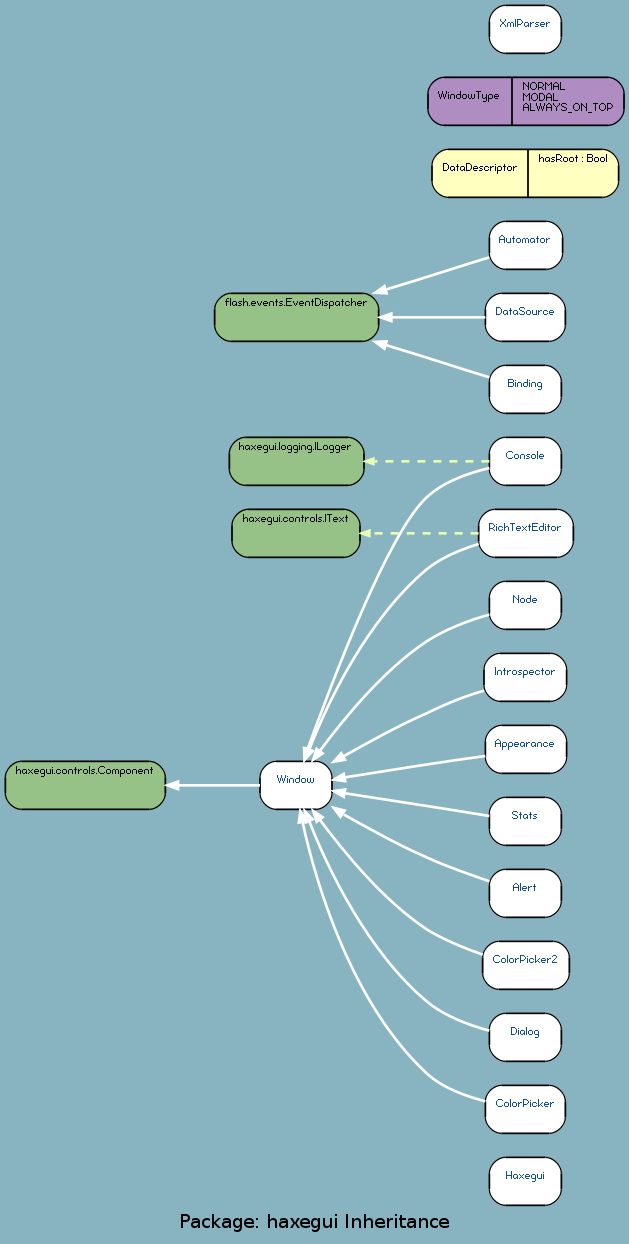
Earlier version of the Graphviz export docs/uml/haxegui_I.png (google-code-export/haxegui). Its source is kept beside it as docs/uml/haxegui_I.dot.
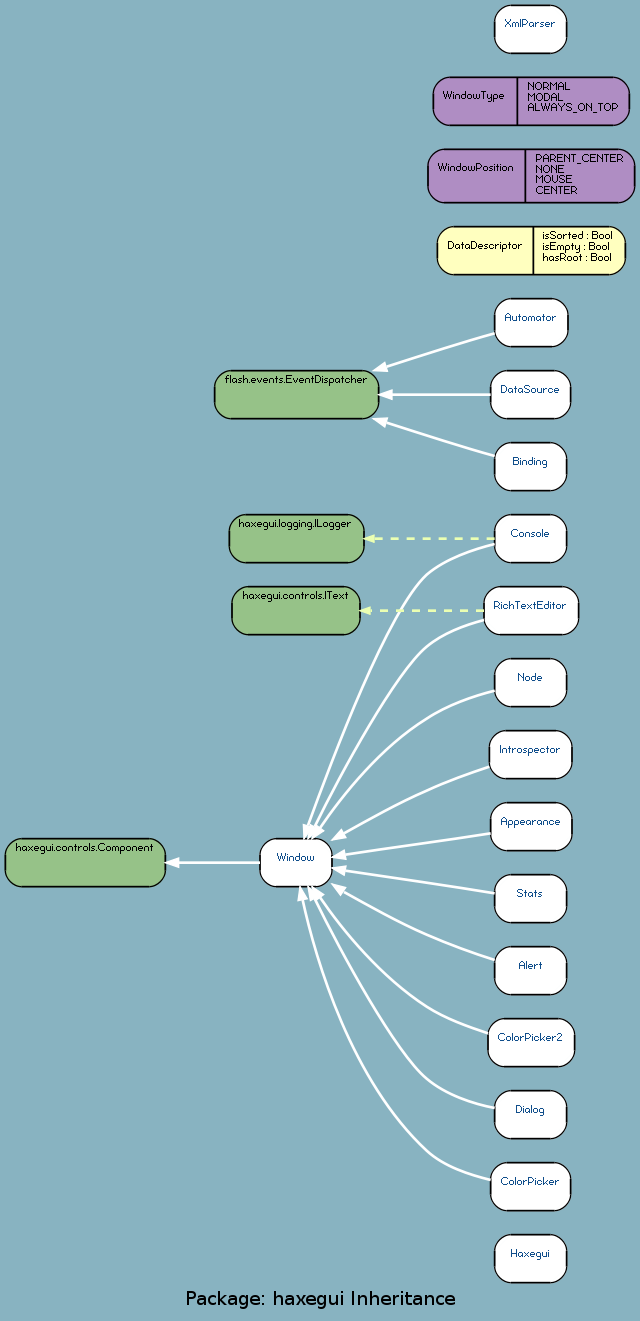
Later version of the same file.

Diff of the diagram source:
```diff
@@ -2,44 +2,45 @@
 	graph [label="Package: haxegui Inheritance", ratio=compress, rankdir=RL, smoothing=avg_dist, overlap=compress, packMode="graph", labelloc=c, fontname="DejaVu Sans Condenesed", fontsize=14, bgcolor="#88B3C1", fontcolor=black];
 	node [label="\N", style="rounded,filled", fillcolor="#96c288", fontcolor="#104E8B", fontname="FFF Harmony", fontsize=6, shape=record, color=black];
 	edge [fontname=Sans, fontsize=8, minlen="1.2", color=black, fontcolor=black];
-	graph [lp="232,12",
-		bb="0,0,464,925"];
-	"haxegui.Haxegui" [label="{\nHaxegui}", fillcolor=white, URL="../types/haxegui/Haxegui.html", tooltip="\nHaxegui", portPos=w, pos="390,43", rects="363,25,417,61", width="0.75", height="0.50"];
+	graph [lp="236,12",
+		bb="0,0,472,983"];
+	"haxegui.Haxegui" [label="{\nHaxegui}", fillcolor=white, URL="../types/haxegui/Haxegui.html", tooltip="\nHaxegui", portPos=w, pos="394,43", rects="367,25,421,61", width="0.75", height="0.50"];
 	"haxegui.Window" [label="{\nWindow}", fillcolor=white, URL="../types/haxegui/Window.html", tooltip="\nWindow", portPos=w, pos="218,340", rects="191,322,245,358", width="0.75", height="0.50"];
 	"haxegui.controls.Component" [fontcolor=black, pos="60,340", rects="0,322,120,358", width="1.67", height="0.50"];
-	"haxegui.Dialog" [label="{\nDialog}", fillcolor=white, URL="../types/haxegui/Dialog.html", tooltip="\nDialog", portPos=w, pos="390,151", rects="363,133,417,169", width="0.75", height="0.50"];
-	"haxegui.Console" [label="{\nConsole}", fillcolor=white, URL="../types/haxegui/Console.html", tooltip="\nConsole", portPos=w, pos="390,583", rects="363,565,417,601", width="0.75", height="0.50"];
+	"haxegui.Dialog" [label="{\nDialog}", fillcolor=white, URL="../types/haxegui/Dialog.html", tooltip="\nDialog", portPos=w, pos="394,151", rects="367,133,421,169", width="0.75", height="0.50"];
+	"haxegui.Console" [label="{\nConsole}", fillcolor=white, URL="../types/haxegui/Console.html", tooltip="\nConsole", portPos=w, pos="394,583", rects="367,565,421,601", width="0.75", height="0.50"];
 	"haxegui.logging.ILogger" [fontcolor=black, pos="218,583", rects="168,565,269,601", width="1.39", height="0.50"];
-	"haxegui.Automator" [label="{\nAutomator}", fillcolor=white, URL="../types/haxegui/Automator.html", tooltip="\nAutomator", portPos=w, pos="390,745", rects="363,727,418,763", width="0.75", height="0.50"];
+	"haxegui.Automator" [label="{\nAutomator}", fillcolor=white, URL="../types/haxegui/Automator.html", tooltip="\nAutomator", portPos=w, pos="394,745", rects="367,727,422,763", width="0.75", height="0.50"];
 	"flash.events.EventDispatcher" [fontcolor=black, pos="218,691", rects="157,673,280,709", width="1.69", height="0.50"];
-	"haxegui.RichTextEditor" [label="{\nRichTextEditor}", fillcolor=white, URL="../types/haxegui/RichTextEditor.html", tooltip="\nRichTextEditor", portPos=w, pos="390,529", rects="355,511,426,547", width="0.97", height="0.50"];
+	"haxegui.RichTextEditor" [label="{\nRichTextEditor}", fillcolor=white, URL="../types/haxegui/RichTextEditor.html", tooltip="\nRichTextEditor", portPos=w, pos="394,529", rects="359,511,430,547", width="0.97", height="0.50"];
 	"haxegui.controls.IText" [fontcolor=black, pos="218,529", rects="170,511,266,547", width="1.33", height="0.50"];
-	"haxegui.DataDescriptor" [label="{\nDataDescriptor|hasRoot : Bool\l}", fillcolor="#ffffbf", fontcolor=black, pos="390,799", rects="320,781,392,817 392,781,460,817", width="1.94", height="0.50"];
-	"haxegui.DataSource" [label="{\nDataSource}", fillcolor=white, URL="../types/haxegui/DataSource.html", tooltip="\nDataSource", portPos=w, pos="390,691", rects="360,673,420,709", width="0.83", height="0.50"];
-	"haxegui.WindowType" [label="{\nWindowType|NORMAL\lMODAL\lALWAYS_ON_TOP\l}", fillcolor="#af8dc3", fontcolor=black, pos="390,853", rects="317,835,380,871 380,835,464,871", width="2.03", height="0.50"];
-	"haxegui.ColorPicker" [label="{\nColorPicker}", fillcolor=white, URL="../types/haxegui/ColorPicker.html", tooltip="\nColorPicker", portPos=w, pos="390,97", rects="360,79,420,115", width="0.83", height="0.50"];
-	"haxegui.XmlParser" [label="{\nXmlParser}", fillcolor=white, URL="../types/haxegui/XmlParser.html", tooltip="\nXmlParser", portPos=w, pos="390,907", rects="363,889,417,925", width="0.75", height="0.50"];
-	"haxegui.Node" [label="{\nNode}", fillcolor=white, URL="../types/haxegui/Node.html", tooltip="\nNode", portPos=w, pos="390,475", rects="363,457,417,493", width="0.75", height="0.50"];
-	"haxegui.Introspector" [label="{\nIntrospector}", fillcolor=white, URL="../types/haxegui/Introspector.html", tooltip="\nIntrospector", portPos=w, pos="390,421", rects="359,403,421,439", width="0.86", height="0.50"];
-	"haxegui.Appearance" [label="{\nAppearance}", fillcolor=white, URL="../types/haxegui/Appearance.html", tooltip="\nAppearance", portPos=w, pos="390,367", rects="360,349,421,385", width="0.83", height="0.50"];
-	"haxegui.Stats" [label="{\nStats}", fillcolor=white, URL="../types/haxegui/Stats.html", tooltip="\nStats", portPos=w, pos="390,313", rects="363,295,417,331", width="0.75", height="0.50"];
-	"haxegui.Binding" [label="{\nBinding}", fillcolor=white, URL="../types/haxegui/Binding.html", tooltip="\nBinding", portPos=w, pos="390,637", rects="363,619,417,655", width="0.75", height="0.50"];
-	"haxegui.Alert" [label="{\nAlert}", fillcolor=white, URL="../types/haxegui/Alert.html", tooltip="\nAlert", portPos=w, pos="390,259", rects="363,241,417,277", width="0.75", height="0.50"];
-	"haxegui.ColorPicker2" [label="{\nColorPicker2}", fillcolor=white, URL="../types/haxegui/ColorPicker2.html", tooltip="\nColorPicker2", portPos=w, pos="390,205", rects="358,187,423,223", width="0.89", height="0.50"];
+	"haxegui.DataDescriptor" [label="{\nDataDescriptor|isSorted : Bool\lisEmpty : Bool\lhasRoot : Bool\l}", fillcolor="#ffffbf", fontcolor=black, pos="394,799", rects="324,781,396,817 396,781,465,817", width="1.94", height="0.50"];
+	"haxegui.DataSource" [label="{\nDataSource}", fillcolor=white, URL="../types/haxegui/DataSource.html", tooltip="\nDataSource", portPos=w, pos="394,691", rects="364,673,424,709", width="0.83", height="0.50"];
+	"haxegui.WindowPosition" [label="{\nWindowPosition|PARENT_CENTER\lNONE\lMOUSE\lCENTER\l}", fillcolor="#af8dc3", fontcolor=black, pos="394,855", rects="317,835,390,875 390,835,472,875", width="2.14", height="0.56"];
+	"haxegui.WindowType" [label="{\nWindowType|NORMAL\lMODAL\lALWAYS_ON_TOP\l}", fillcolor="#af8dc3", fontcolor=black, pos="394,911", rects="321,893,384,929 384,893,468,929", width="2.03", height="0.50"];
+	"haxegui.ColorPicker" [label="{\nColorPicker}", fillcolor=white, URL="../types/haxegui/ColorPicker.html", tooltip="\nColorPicker", portPos=w, pos="394,97", rects="364,79,424,115", width="0.83", height="0.50"];
+	"haxegui.XmlParser" [label="{\nXmlParser}", fillcolor=white, URL="../types/haxegui/XmlParser.html", tooltip="\nXmlParser", portPos=w, pos="394,965", rects="367,947,421,983", width="0.75", height="0.50"];
+	"haxegui.Node" [label="{\nNode}", fillcolor=white, URL="../types/haxegui/Node.html", tooltip="\nNode", portPos=w, pos="394,475", rects="367,457,421,493", width="0.75", height="0.50"];
+	"haxegui.Introspector" [label="{\nIntrospector}", fillcolor=white, URL="../types/haxegui/Introspector.html", tooltip="\nIntrospector", portPos=w, pos="394,421", rects="363,403,425,439", width="0.86", height="0.50"];
+	"haxegui.Appearance" [label="{\nAppearance}", fillcolor=white, URL="../types/haxegui/Appearance.html", tooltip="\nAppearance", portPos=w, pos="394,367", rects="364,349,425,385", width="0.83", height="0.50"];
+	"haxegui.Stats" [label="{\nStats}", fillcolor=white, URL="../types/haxegui/Stats.html", tooltip="\nStats", portPos=w, pos="394,313", rects="367,295,421,331", width="0.75", height="0.50"];
+	"haxegui.Binding" [label="{\nBinding}", fillcolor=white, URL="../types/haxegui/Binding.html", tooltip="\nBinding", portPos=w, pos="394,637", rects="367,619,421,655", width="0.75", height="0.50"];
+	"haxegui.Alert" [label="{\nAlert}", fillcolor=white, URL="../types/haxegui/Alert.html", tooltip="\nAlert", portPos=w, pos="394,259", rects="367,241,421,277", width="0.75", height="0.50"];
+	"haxegui.ColorPicker2" [label="{\nColorPicker2}", fillcolor=white, URL="../types/haxegui/ColorPicker2.html", tooltip="\nColorPicker2", portPos=w, pos="394,205", rects="362,187,427,223", width="0.89", height="0.50"];
 	"haxegui.Window" -> "haxegui.controls.Component" [color=white, style=bold, arrowhead=normal, arrowsize="1.0", pos="e,120,340 191,340 175,340 152,340 130,340"];
-	"haxegui.Dialog" -> "haxegui.Window" [color=white, style=bold, arrowhead=normal, arrowsize="1.0", pos="e,224,322 363,156 348,160 329,167 316,178 272,215 242,277 228,313"];
-	"haxegui.Console" -> "haxegui.Window" [color=white, style=bold, arrowhead=normal, arrowsize="1.0", pos="e,224,358 363,578 347,574 329,568 316,556 287,529 246,420 227,368"];
-	"haxegui.Console" -> "haxegui.logging.ILogger" [color="#ebffb2", style="dashed, bold", arrowhead=normal, arrowsize="0.75", pos="e,269,583 363,583 340,583 306,583 277,583"];
-	"haxegui.Automator" -> "flash.events.EventDispatcher" [color=white, style=bold, arrowhead=normal, arrowsize="1.0", pos="e,276,709 363,736 343,730 313,720 286,712"];
-	"haxegui.RichTextEditor" -> "haxegui.Window" [color=white, style=bold, arrowhead=normal, arrowsize="1.0", pos="e,224,358 355,521 342,517 327,511 316,502 272,465 242,403 228,367"];
-	"haxegui.RichTextEditor" -> "haxegui.controls.IText" [color="#ebffb2", style="dashed, bold", arrowhead=normal, arrowsize="0.75", pos="e,266,529 355,529 331,529 300,529 274,529"];
-	"haxegui.DataSource" -> "flash.events.EventDispatcher" [color=white, style=bold, arrowhead=normal, arrowsize="1.0", pos="e,280,691 360,691 341,691 315,691 290,691"];
-	"haxegui.ColorPicker" -> "haxegui.Window" [color=white, style=bold, arrowhead=normal, arrowsize="1.0", pos="e,221,322 360,103 345,107 328,113 316,124 260,176 233,266 223,312"];
-	"haxegui.Node" -> "haxegui.Window" [color=white, style=bold, arrowhead=normal, arrowsize="1.0", pos="e,230,358 363,468 348,464 330,457 316,448 283,426 254,390 236,366"];
-	"haxegui.Introspector" -> "haxegui.Window" [color=white, style=bold, arrowhead=normal, arrowsize="1.0", pos="e,245,357 359,411 345,407 330,401 316,394 295,385 272,372 254,362"];
-	"haxegui.Appearance" -> "haxegui.Window" [color=white, style=bold, arrowhead=normal, arrowsize="1.0", pos="e,245,344 360,362 330,358 286,351 255,346"];
-	"haxegui.Stats" -> "haxegui.Window" [color=white, style=bold, arrowhead=normal, arrowsize="1.0", pos="e,245,336 363,317 333,322 287,329 255,334"];
-	"haxegui.Binding" -> "flash.events.EventDispatcher" [color=white, style=bold, arrowhead=normal, arrowsize="1.0", pos="e,276,673 363,646 343,652 313,662 286,670"];
-	"haxegui.Alert" -> "haxegui.Window" [color=white, style=bold, arrowhead=normal, arrowsize="1.0", pos="e,245,324 363,268 349,273 331,279 316,286 295,295 272,308 254,318"];
-	"haxegui.ColorPicker2" -> "haxegui.Window" [color=white, style=bold, arrowhead=normal, arrowsize="1.0", pos="e,230,322 358,213 344,218 329,224 316,232 283,254 254,290 236,314"];
+	"haxegui.Dialog" -> "haxegui.Window" [color=white, style=bold, arrowhead=normal, arrowsize="1.0", pos="e,227,322 367,156 351,159 330,166 316,178 293,197 252,272 232,313"];
+	"haxegui.Console" -> "haxegui.Window" [color=white, style=bold, arrowhead=normal, arrowsize="1.0", pos="e,224,358 367,579 351,575 330,568 316,556 287,529 246,420 227,368"];
+	"haxegui.Console" -> "haxegui.logging.ILogger" [color="#ebffb2", style="dashed, bold", arrowhead=normal, arrowsize="0.75", pos="e,269,583 367,583 343,583 307,583 277,583"];
+	"haxegui.Automator" -> "flash.events.EventDispatcher" [color=white, style=bold, arrowhead=normal, arrowsize="1.0", pos="e,276,709 367,737 345,731 314,721 286,712"];
+	"haxegui.RichTextEditor" -> "haxegui.Window" [color=white, style=bold, arrowhead=normal, arrowsize="1.0", pos="e,227,358 359,522 344,518 328,512 316,502 293,483 252,408 232,367"];
+	"haxegui.RichTextEditor" -> "haxegui.controls.IText" [color="#ebffb2", style="dashed, bold", arrowhead=normal, arrowsize="0.75", pos="e,266,529 359,529 334,529 302,529 274,529"];
+	"haxegui.DataSource" -> "flash.events.EventDispatcher" [color=white, style=bold, arrowhead=normal, arrowsize="1.0", pos="e,280,691 364,691 344,691 316,691 290,691"];
+	"haxegui.ColorPicker" -> "haxegui.Window" [color=white, style=bold, arrowhead=normal, arrowsize="1.0", pos="e,221,322 364,102 348,106 329,112 316,124 260,176 233,266 223,312"];
+	"haxegui.Node" -> "haxegui.Window" [color=white, style=bold, arrowhead=normal, arrowsize="1.0", pos="e,230,358 367,469 351,465 331,458 316,448 282,427 253,391 236,366"];
+	"haxegui.Introspector" -> "haxegui.Window" [color=white, style=bold, arrowhead=normal, arrowsize="1.0", pos="e,245,357 363,412 348,407 331,401 316,394 295,385 272,372 254,362"];
+	"haxegui.Appearance" -> "haxegui.Window" [color=white, style=bold, arrowhead=normal, arrowsize="1.0", pos="e,245,344 364,362 333,357 287,351 255,346"];
+	"haxegui.Stats" -> "haxegui.Window" [color=white, style=bold, arrowhead=normal, arrowsize="1.0", pos="e,245,336 367,317 337,322 289,329 255,334"];
+	"haxegui.Binding" -> "flash.events.EventDispatcher" [color=white, style=bold, arrowhead=normal, arrowsize="1.0", pos="e,276,673 367,645 345,651 314,661 286,670"];
+	"haxegui.Alert" -> "haxegui.Window" [color=white, style=bold, arrowhead=normal, arrowsize="1.0", pos="e,245,324 367,267 351,272 332,279 316,286 295,295 272,308 254,318"];
+	"haxegui.ColorPicker2" -> "haxegui.Window" [color=white, style=bold, arrowhead=normal, arrowsize="1.0", pos="e,230,322 362,212 347,217 330,223 316,232 282,254 253,289 236,314"];
 }
```
